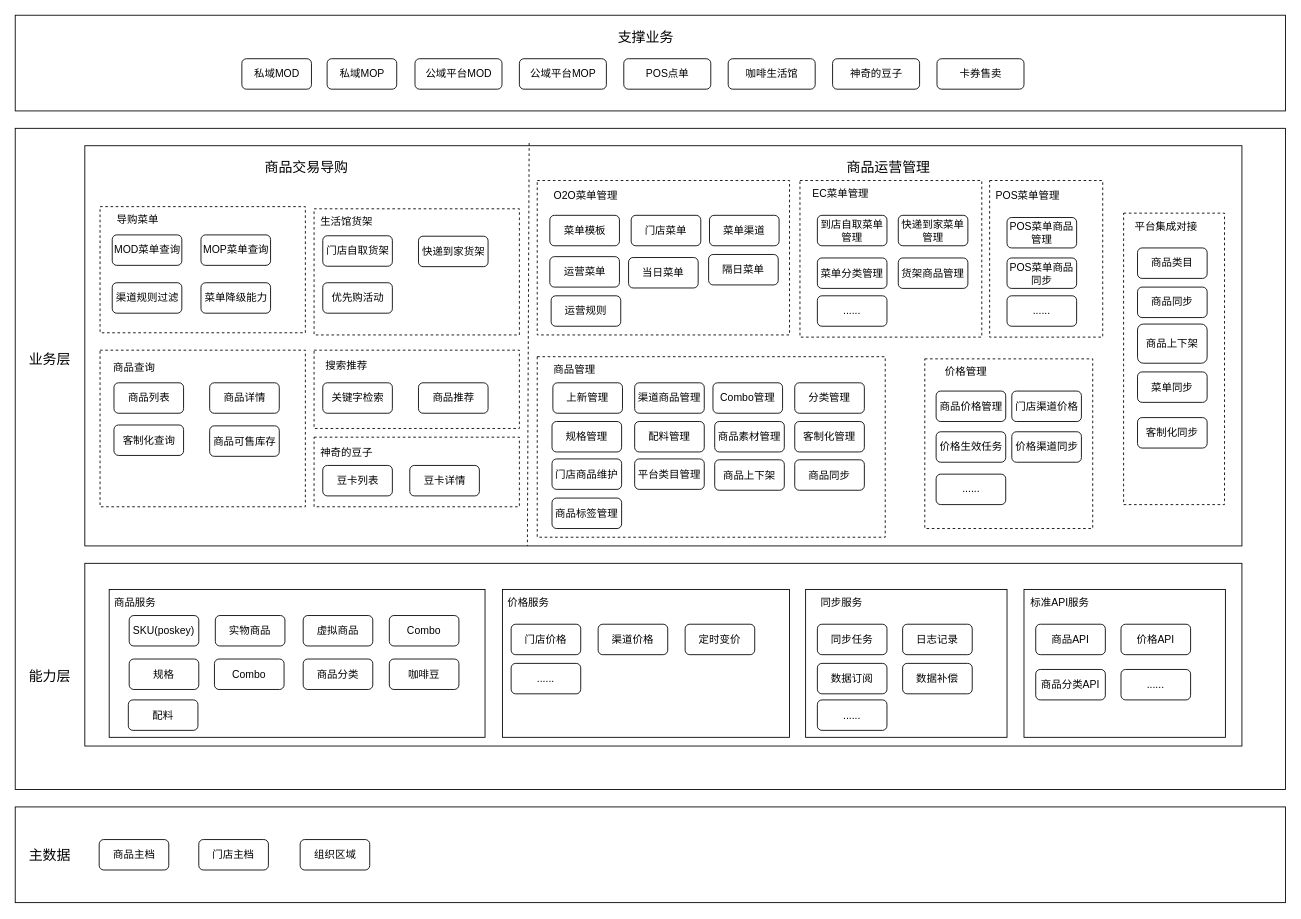
Above: PC2.0业务架构.drawio in alexzhang2015/PC2.0 (draw.io), before the change. Source tidied: cells renumbered, new cells numbered last; positions are measured from the earlier drawing's top-left corner, leaving out a move shared by most shapes. Both pictures are drawn from the tidied source at 87%, with x=0, y=0 at pixel (15, 15).
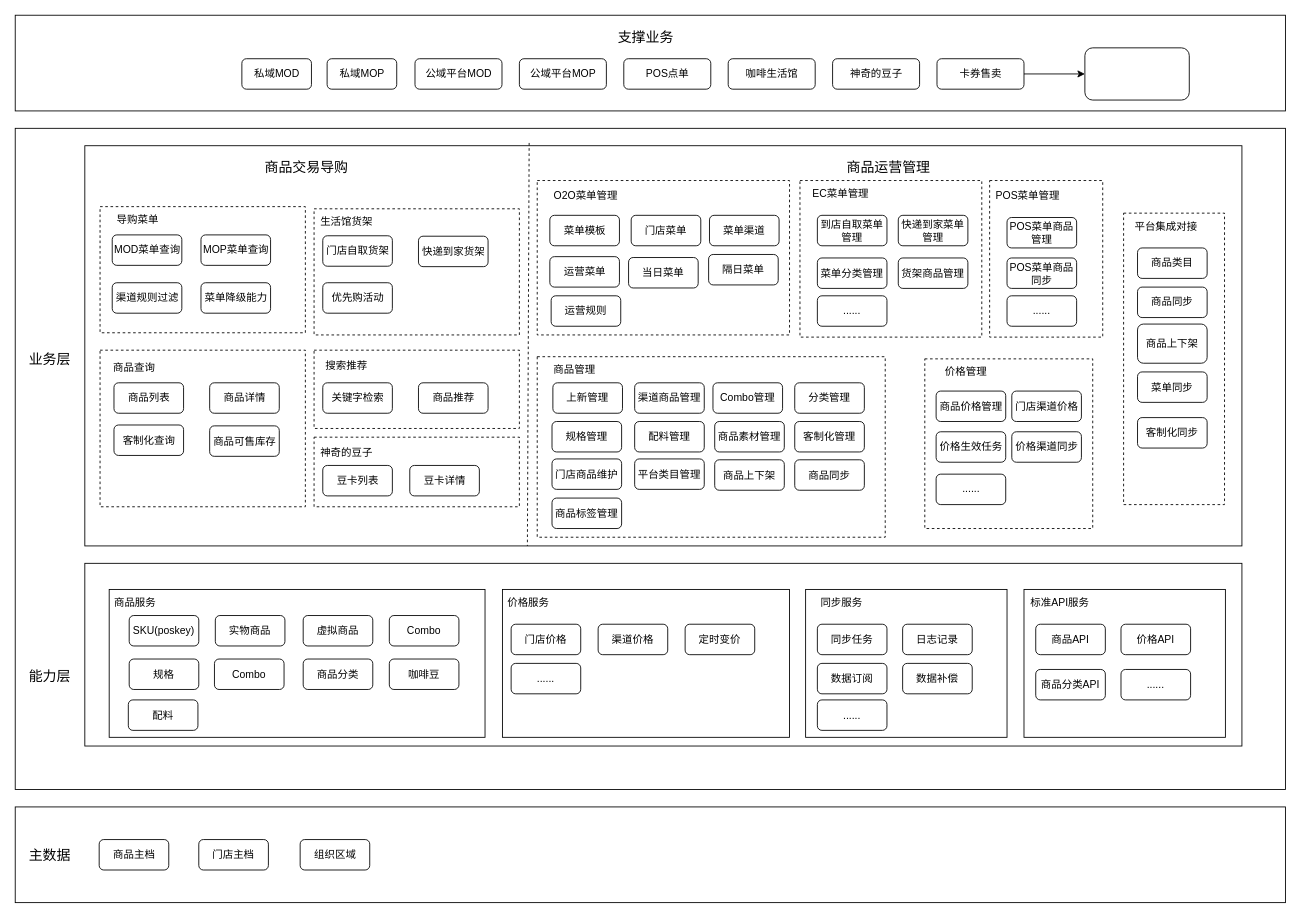
The same page after the edit.

Commit message:
更新PC2.0业务架构-v1

The change refers to these unchanged cells:
```xml
<mxCell id="9" value="卡券售卖" style="rounded=1;whiteSpace=wrap;html=1;" parent="1" vertex="1">
  <mxGeometry x="1059.5" y="50" width="100" height="35" as="geometry" />
</mxCell>
```

The edit, as a diff of the source:
```diff
@@
+    <mxCell id="130" style="edgeStyle=orthogonalEdgeStyle;rounded=0;jettySize=auto;html=1;" parent="1" edge="1" source="9" target="131">
+      <mxGeometry relative="1" as="geometry" />
+    </mxCell>
@@
+    <mxCell id="131" style="whiteSpace=wrap;html=1;rounded=1;" parent="1" vertex="1">
+      <mxGeometry x="1229.5" y="37.5" width="120" height="60" as="geometry" />
+    </mxCell>
```
